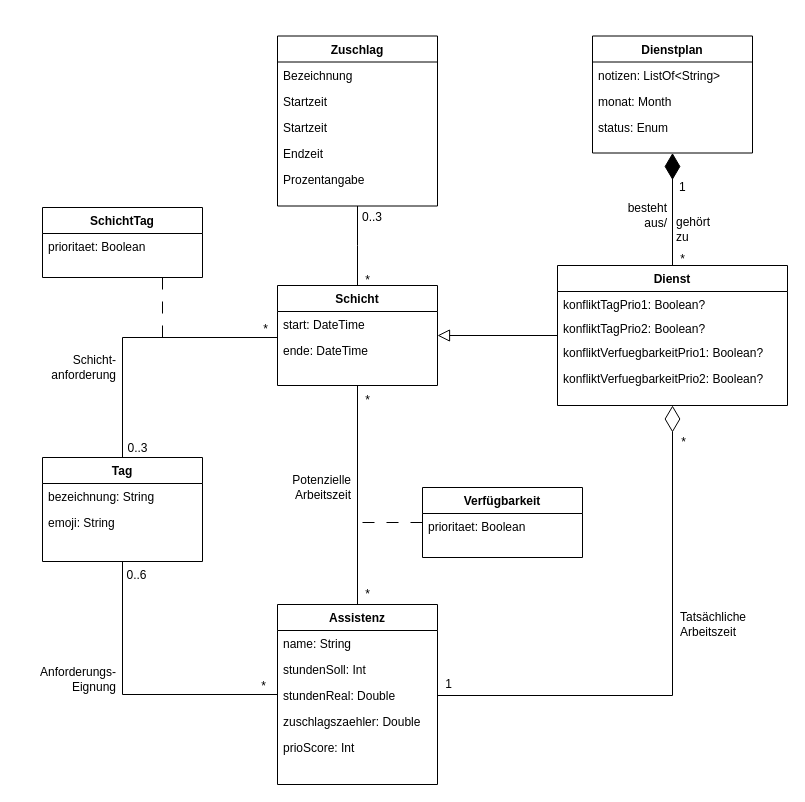
Before: 4_Entwurf/4_UML/4_UML_Klassendiagramme/Domänenklassendiagramm_Anforderungsspezifikation.drawio in annikalenneper/praxisprojekt_mi_bachelor_SoSe24, a draw.io diagram. Source tidied: cells renumbered, new cells numbered last; positions are measured from the earlier drawing's top-left corner, leaving out a move shared by most shapes. Both pictures are drawn from the tidied source at 100%, with x=0, y=0 at pixel (17, 35).
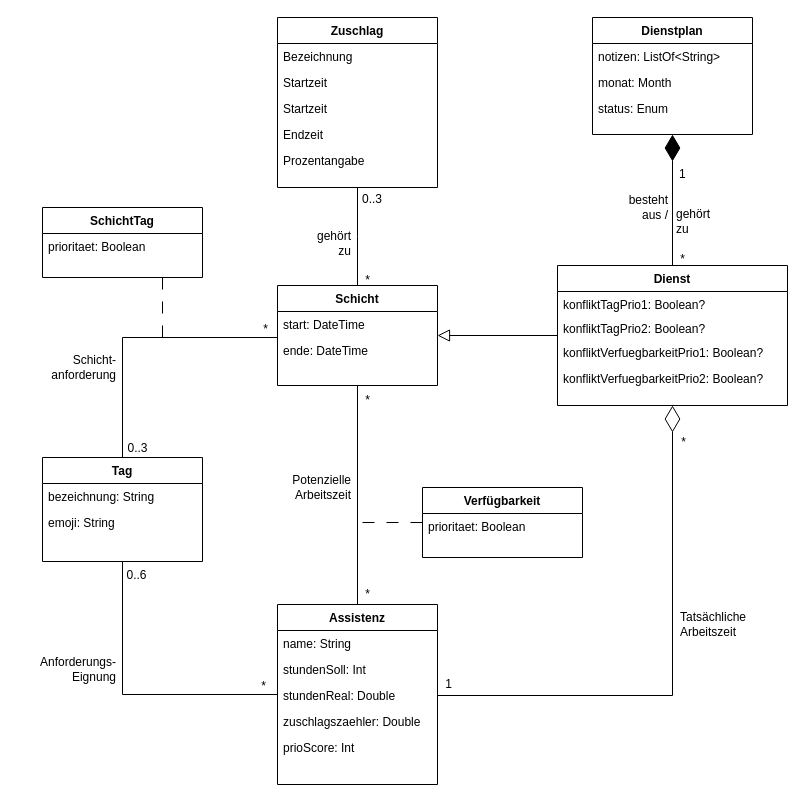
After the change.

Unchanged cells that the change refers to:
```xml
<mxCell id="13" style="endArrow=none;shadow=0;strokeWidth=1;rounded=0;curved=0;endFill=0;edgeStyle=elbowEdgeStyle;elbow=vertical;" parent="1" edge="1" source="2" target="7">
  <mxGeometry x="0.5" y="41" relative="1" as="geometry">
    <mxPoint x="-40" y="32" as="offset" />
  </mxGeometry>
</mxCell>
```

Diff of the diagram source:
```diff
@@
     <mxCell id="7" value="Zuschlag" style="swimlane;fontStyle=1;align=center;verticalAlign=top;horizontal=1;startSize=26;rounded=0;shadow=0;strokeWidth=1;" parent="1" vertex="1">
-      <mxGeometry x="260" y="0.5" width="160" height="170" as="geometry" />
+      <mxGeometry x="260" y="-18" width="160" height="170" as="geometry" />
     </mxCell>
@@
     <mxCell id="14" value="1" style="align=left;verticalAlign=bottom;labelBackgroundColor=none;fontSize=12;" parent="13" vertex="1">
       <mxGeometry x="-1" relative="1" as="geometry">
-        <mxPoint x="320" y="-90" as="offset" />
+        <mxPoint x="320" y="-103" as="offset" />
       </mxGeometry>
     </mxCell>
@@
     <mxCell id="30" value="Dienstplan" style="swimlane;fontStyle=1;align=center;verticalAlign=top;horizontal=1;startSize=26;rounded=0;shadow=0;strokeWidth=1;" parent="1" vertex="1">
-      <mxGeometry x="575" y="0.5" width="160" height="117" as="geometry" />
+      <mxGeometry x="575" y="-18" width="160" height="117" as="geometry" />
     </mxCell>
@@
     <mxCell id="55" value="Anforderungs-&lt;div&gt;Eignung&lt;/div&gt;" style="text;html=1;align=right;verticalAlign=middle;strokeColor=none;fillColor=none;" parent="1" vertex="1">
-      <mxGeometry y="624" width="100" height="40" as="geometry" />
+      <mxGeometry y="614" width="100" height="40" as="geometry" />
     </mxCell>
@@
-    <mxCell id="58" value="besteht&lt;div&gt;aus/&lt;/div&gt;" style="text;html=1;align=right;verticalAlign=middle;strokeColor=none;fillColor=none;" parent="1" vertex="1">
-      <mxGeometry x="591" y="160" width="60" height="40" as="geometry" />
+    <mxCell id="58" value="besteht&lt;div&gt;aus /&lt;/div&gt;" style="text;html=1;align=right;verticalAlign=middle;strokeColor=none;fillColor=none;" parent="1" vertex="1">
+      <mxGeometry x="592" y="152" width="60" height="40" as="geometry" />
     </mxCell>
     <mxCell id="59" value="gehört&lt;div&gt;zu&lt;/div&gt;" style="text;html=1;align=left;verticalAlign=middle;strokeColor=none;fillColor=none;" parent="1" vertex="1">
-      <mxGeometry x="657" y="174" width="60" height="40" as="geometry" />
+      <mxGeometry x="657" y="166" width="60" height="40" as="geometry" />
     </mxCell>
+    <mxCell id="60" value="gehört&lt;div&gt;zu&lt;/div&gt;" style="text;html=1;align=right;verticalAlign=middle;strokeColor=none;fillColor=none;" parent="1" vertex="1">
+      <mxGeometry x="275" y="188" width="60" height="40" as="geometry" />
+    </mxCell>
```
